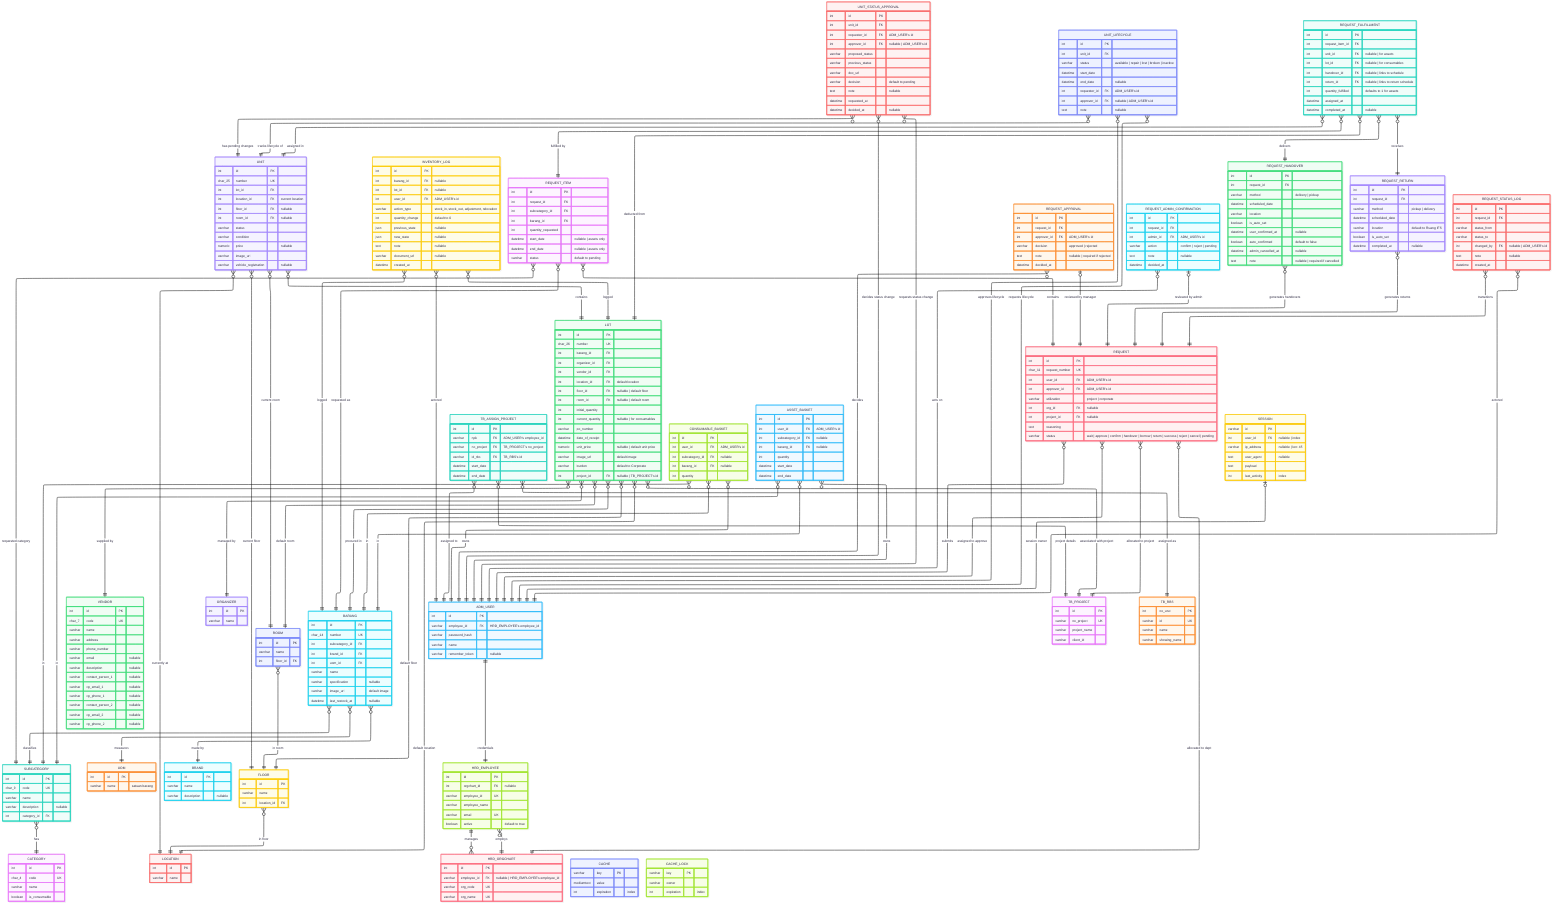
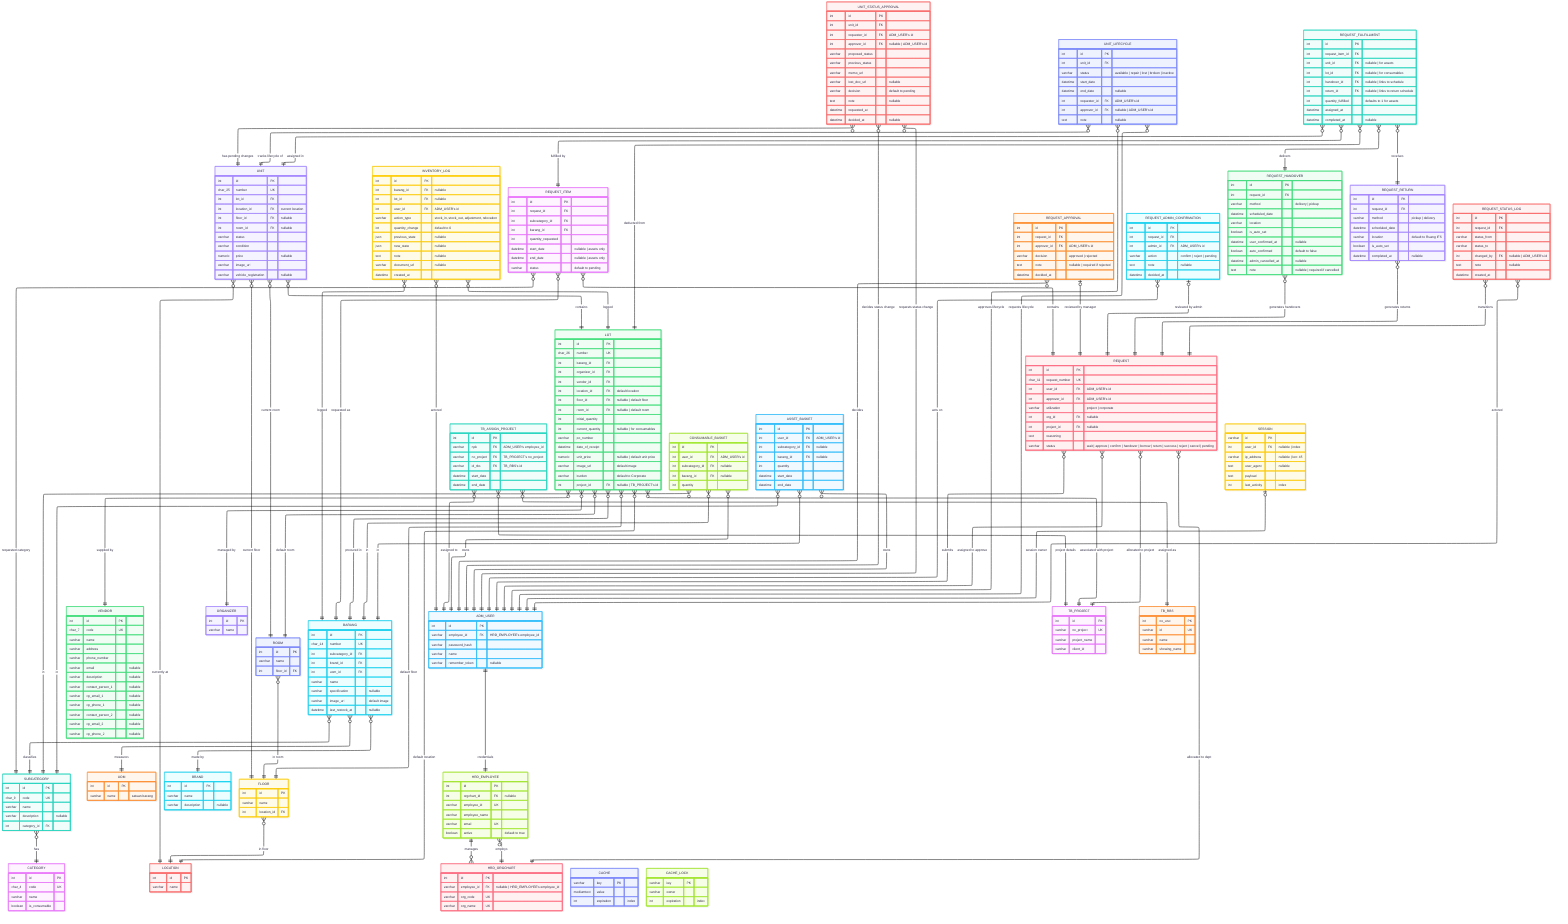
---
config:
  look: neo
  theme: redux-color
  fontFamily: '''Recursive Variable'', sans-serif'
  themeVariables:
    fontFamily: '''Recursive Variable'', sans-serif'
  layout: elk
---
erDiagram
    direction BT
    CATEGORY {
        int id PK ""
        char_4 code UK ""
        varchar name  ""
        boolean is_consumable  ""
    }

    SUBCATEGORY {
        int id PK ""
        char_9 code UK ""
        varchar name  ""
        varchar description  "nullable"
        int category_id FK ""
    }

    UOM {
        int id PK ""
        varchar name  "satuan barang"
    }

    BRAND {
        int id PK ""
        varchar name  ""
        varchar description  "nullable"
    }

    VENDOR {
        int id PK ""
        char_7 code UK ""
        varchar name  ""
        varchar address  ""
        varchar phone_number  ""
        varchar email  "nullable"
        varchar description  "nullable"
        varchar contact_person_1  "nullable"
        varchar cp_email_1  "nullable"
        varchar cp_phone_1  "nullable"
        varchar contact_person_2  "nullable"
        varchar cp_email_2  "nullable"
        varchar cp_phone_2  "nullable"
    }

    ORGANIZER {
        int id PK ""
        varchar name  ""
    }

    LOCATION {
        int id PK ""
        varchar name  ""
    }

    FLOOR {
        int id PK ""
        varchar name  ""
        int location_id FK ""
    }

    ROOM {
        int id PK ""
        varchar name  ""
        int floor_id FK ""
    }

    HRD_EMPLOYEE {
        int id PK ""
        int orgchart_id FK "nullable"
        varchar employee_id UK ""
        varchar employee_name  ""
        varchar email UK ""
        boolean active  "default to true"
    }

    ADM_USER {
        int id PK ""
        varchar employee_id FK "HRD_EMPLOYEE's employee_id"
        varchar password_hash  ""
        varchar name  ""
        varchar remember_token  "nullable"
    }

    HRD_ORGCHART {
        int id PK ""
        varchar employee_id FK "nullable | HRD_EMPLOYEE's employee_id"
        varchar org_code UK ""
        varchar org_name UK ""
    }

    TB_PROJECT {
        int id PK ""
        varchar no_project UK ""
        varchar project_name  ""
        varchar client_id  ""
    }

    TB_ASSIGN_PROJECT {
        int id PK ""
        varchar npk FK "ADM_USER's employee_id"
        varchar no_project FK "TB_PROJECT's no_project"
        varchar id_rbs FK "TB_RBS's id"
        datetime start_date  ""
        datetime end_date  ""
    }

    TB_RBS {
        int no_urut PK ""
        varchar id UK ""
        varchar name  ""
        varchar showing_name  ""
    }

    BARANG {
        int id PK ""
        char_14 number UK ""
        int subcategory_id FK ""
        int brand_id FK ""
        int uom_id FK ""
        varchar name  ""
        varchar specification  "nullable"
        varchar image_url  "default image"
        datetime last_restock_at  "nullable"
    }

    LOT {
        int id PK ""
        char_26 number UK ""
        int barang_id FK ""
        int organizer_id FK ""
        int vendor_id FK ""
        int location_id FK "default location"
        int floor_id FK "nullable | default floor"
        int room_id FK "nullable | default room"
        int initial_quantity  ""
        int current_quantity  "nullable | for consumables"
        varchar po_number  ""
        datetime date_of_receipt  ""
        numeric unit_price  "nullable | default unit price"
        varchar image_url  "default image"
        varchar burden  "default to Corporate"
        int project_id FK "nullable | TB_PROJECT's id"
    }

    UNIT {
        int id PK ""
        char_25 number UK ""
        int lot_id FK ""
        int location_id FK "current location"
        int floor_id FK "nullable"
        int room_id FK "nullable"
        varchar status  ""
        varchar condition  ""
        numeric price  "nullable"
        varchar image_url  ""
        varchar vehicle_registration  "nullable"
    }

    UNIT_STATUS_APPROVAL {
        int id PK ""
        int unit_id FK ""
        int requester_id FK "ADM_USER's id"
        int approver_id FK "nullable | ADM_USER's id"
        varchar proposed_status  ""
        varchar previous_status  ""
-         varchar doc_url  ""
+         varchar memo_url  ""
+         varchar lost_doc_url "nullable"
        varchar decision  "default to pending"
        text note  "nullable"
        datetime requested_at  ""
        datetime decided_at  "nullable"
    }

    INVENTORY_LOG {
        int id PK ""
        int barang_id FK "nullable"
        int lot_id FK "nullable"
        int user_id FK "ADM_USER's id"
        varchar action_type  "stock_in, stock_out, adjustment, relocation"
        int quantity_change  "default to 0"
        json previous_state  "nullable"
        json new_state  "nullable"
        text note  "nullable"
        varchar document_url  "nullable"
        datetime created_at  ""
    }

    UNIT_LIFECYCLE {
        int id PK ""
        int unit_id FK ""
        varchar status  "available | repair | lost | broken | inactive"
        datetime start_date  ""
        datetime end_date  "nullable"
        int requester_id FK "ADM_USER's id"
        int approver_id FK "nullable | ADM_USER's id"
        text note  "nullable"
    }

    CONSUMABLE_BASKET {
        int id PK ""
        int user_id FK "ADM_USER's id"
        int subcategory_id FK "nullable"
        int barang_id FK "nullable"
        int quantity  ""
    }

    ASSET_BASKET {
        int id PK ""
        int user_id FK "ADM_USER's id"
        int subcategory_id FK "nullable"
        int barang_id FK "nullable"
        int quantity  ""
        datetime start_date  ""
        datetime end_date  ""
    }

    REQUEST {
        int id PK ""
        char_11 request_number UK ""
        int user_id FK "ADM_USER's id"
        int approver_id FK "ADM_USER's id"
        varchar utilization  "project | corporate"
        int org_id FK "nullable"
        int project_id FK "nullable"
        text reasoning  ""
        varchar status  "wait | approve | confirm | handover | borrow | return | success | reject | cancel | pending"
    }

    REQUEST_ITEM {
        int id PK ""
        int request_id FK ""
        int subcategory_id FK ""
        int barang_id FK ""
        int quantity_requested  ""
        datetime start_date  "nullable | assets only"
        datetime end_date  "nullable | assets only"
        varchar status  "default to pending"
    }

    REQUEST_FULFILLMENT {
        int id PK ""
        int request_item_id FK ""
        int unit_id FK "nullable | for assets"
        int lot_id FK "nullable | for consumables"
        int handover_id FK "nullable | links to schedule"
        int return_id FK "nullable | links to return schedule"
        int quantity_fulfilled  "defaults to 1 for assets"
        datetime assigned_at  ""
        datetime completed_at  "nullable"
    }

    REQUEST_APPROVAL {
        int id PK ""
        int request_id FK ""
        int approver_id FK "ADM_USER's id"
        varchar decision  "approved | rejected"
        text note  "nullable | required if rejected"
        datetime decided_at  ""
    }

    REQUEST_ADMIN_CONFIRMATION {
        int id PK ""
        int request_id FK ""
        int admin_id FK "ADM_USER's id"
        varchar action  "confirm | reject | pending"
        text note  "nullable"
        datetime decided_at  ""
    }

    REQUEST_HANDOVER {
        int id PK ""
        int request_id FK ""
        varchar method  "delivery | pickup"
        datetime scheduled_date  ""
        varchar location  ""
        boolean is_auto_set  ""
        datetime user_confirmed_at  "nullable"
        boolean auto_confirmed  "default to false"
        datetime admin_cancelled_at  "nullable"
        text note  "nullable | required if cancelled"
    }

    REQUEST_RETURN {
        int id PK ""
        int request_id FK ""
        varchar method  "pickup | delivery"
        datetime scheduled_date  ""
        varchar location  "default to Ruang IFS"
        boolean is_auto_set  ""
        datetime completed_at  "nullable"
    }

    REQUEST_STATUS_LOG {
        int id PK ""
        int request_id FK ""
        varchar status_from  ""
        varchar status_to  ""
        int changed_by FK "nullable | ADM_USER's id"
        text note  "nullable"
        datetime created_at  ""
    }

    SESSION {
        varchar id PK ""
        int user_id FK "nullable | index"
        varchar ip_address  "nullable | len: 45"
        text user_agent  "nullable"
        text payload  ""
        int last_activity  "index"
    }

    CACHE {
        varchar key PK ""
        mediumtext value  ""
        int expiration  "index"
    }

    CACHE_LOCK {
        varchar key PK ""
        varchar owner  ""
        int expiration  "index"
    }

    CATEGORY||--o{SUBCATEGORY:"has"
    SUBCATEGORY||--o{BARANG:"classifies"
    UOM||--o{BARANG:"measures"
    BRAND||--o{BARANG:"made by"
    BARANG||--o{LOT:"procured in"
    ORGANIZER||--o{LOT:"managed by"
    VENDOR||--o{LOT:"supplied by"
    LOCATION||--o{LOT:"default location"
    FLOOR||--o{LOT:"default floor"
    ROOM||--o{LOT:"default room"
    LOT||--o{UNIT:"contains"
    LOCATION||--o{UNIT:"currently at"
    FLOOR||--o{UNIT:"current floor"
    ROOM||--o{UNIT:"current room"
    HRD_EMPLOYEE||--||ADM_USER:"credentials"
    HRD_ORGCHART||--o{HRD_EMPLOYEE:"employs"
    HRD_EMPLOYEE||--o{HRD_ORGCHART:"manages"
    ADM_USER||--o{CONSUMABLE_BASKET:"owns"
    BARANG||--o{CONSUMABLE_BASKET:"in"
    SUBCATEGORY||--o{CONSUMABLE_BASKET:"in"
    ADM_USER||--o{ASSET_BASKET:"owns"
    BARANG||--o{ASSET_BASKET:"in"
    SUBCATEGORY||--o{ASSET_BASKET:"in"
    ADM_USER||--o{TB_ASSIGN_PROJECT:"assigned to"
    TB_PROJECT||--o{TB_ASSIGN_PROJECT:"project details"
    TB_RBS||--o{TB_ASSIGN_PROJECT:"assigned as"
    ADM_USER||--o{REQUEST:"submits"
    ADM_USER||--o{REQUEST:"assigned to approve"
    TB_PROJECT||--o{REQUEST:"allocated to project"
    HRD_ORGCHART||--o{REQUEST:"allocated to dept"
    REQUEST||--o{REQUEST_ITEM:"contains"
    BARANG||--o{REQUEST_ITEM:"requested as"
    SUBCATEGORY||--o{REQUEST_ITEM:"requested category"
    REQUEST_ITEM||--o{REQUEST_FULFILLMENT:"fulfilled by"
    UNIT||--o{REQUEST_FULFILLMENT:"assigned in"
    LOT||--o{REQUEST_FULFILLMENT:"deducted from"
    REQUEST||--o{REQUEST_HANDOVER:"generates handovers"
    REQUEST_HANDOVER||--o{REQUEST_FULFILLMENT:"delivers"
    REQUEST||--o{REQUEST_RETURN:"generates returns"
    REQUEST_RETURN||--o{REQUEST_FULFILLMENT:"receives"
    REQUEST||--o|REQUEST_APPROVAL:"reviewed by manager"
    ADM_USER||--o{REQUEST_APPROVAL:"decides"
    REQUEST||--o|REQUEST_ADMIN_CONFIRMATION:"reviewed by admin"
    ADM_USER||--o{REQUEST_ADMIN_CONFIRMATION:"acts on"
    REQUEST||--o{REQUEST_STATUS_LOG:"transitions"
    ADM_USER||--o{REQUEST_STATUS_LOG:"actored"
    BARANG||--o{INVENTORY_LOG:"logged"
    LOT||--o{INVENTORY_LOG:"logged"
    UNIT||--o{UNIT_LIFECYCLE:"tracks lifecycle of"
    ADM_USER||--o{UNIT_LIFECYCLE:"requests lifecycle"
    ADM_USER||--o{UNIT_LIFECYCLE:"approves lifecycle"
    UNIT||--o{UNIT_STATUS_APPROVAL:"has pending changes"
    ADM_USER||--o{UNIT_STATUS_APPROVAL:"requests status change"
    ADM_USER||--o{UNIT_STATUS_APPROVAL:"decides status change"
    ADM_USER||--o{INVENTORY_LOG:"actored"
    LOCATION||--o{FLOOR:"in floor"
    FLOOR||--o{ROOM:"in room"
    TB_PROJECT||--o{LOT:"associated with project"
    ADM_USER||--o|SESSION:"session owner"